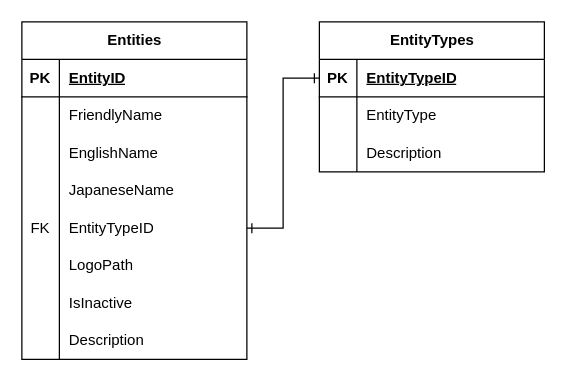
benstanfish/Diagrams keeps this draw.io diagram as Manufacturer_Database.drawio. Above is the earlier version. Source tidied: cells renumbered, new cells numbered last; positions are measured from the earlier drawing's top-left corner, leaving out a move shared by most shapes. Both pictures are drawn from the tidied source at 125%, with x=0, y=0 at pixel (21, 21).
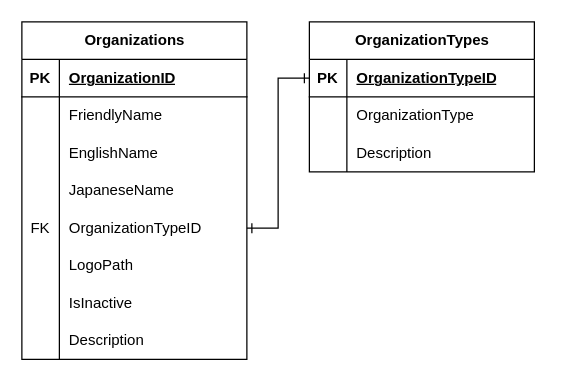
The same page after the edit.

Unchanged cells that the change refers to:
```xml
<mxCell id="3" style="shape=tableRow;horizontal=0;startSize=0;swimlaneHead=0;swimlaneBody=0;fillColor=none;top=0;left=0;right=0;bottom=1;" parent="2" vertex="1">
  <mxGeometry y="30" width="180" height="30" as="geometry" />
</mxCell>
<mxCell id="15" style="shape=tableRow;horizontal=0;startSize=0;swimlaneHead=0;swimlaneBody=0;fillColor=none;points=[[0,0.5],[1,0.5]];portConstraint=eastwest;top=0;left=0;right=0;bottom=0;" parent="2" vertex="1">
  <mxGeometry y="150" width="180" height="30" as="geometry" />
</mxCell>
<mxCell id="28" style="shape=tableRow;horizontal=0;startSize=0;swimlaneHead=0;swimlaneBody=0;fillColor=none;points=[[0,0.5],[1,0.5]];portConstraint=eastwest;top=0;left=0;right=0;bottom=1;strokeColor=default;align=center;verticalAlign=middle;fontFamily=Helvetica;fontSize=12;fontColor=default;fontStyle=1;" parent="27" vertex="1">
  <mxGeometry y="30" width="180" height="30" as="geometry" />
</mxCell>
<mxCell id="31" style="shape=tableRow;horizontal=0;startSize=0;swimlaneHead=0;swimlaneBody=0;fillColor=none;top=0;left=0;right=0;bottom=0;strokeColor=default;align=center;verticalAlign=middle;fontFamily=Helvetica;fontSize=12;fontColor=default;fontStyle=1;" parent="27" vertex="1">
  <mxGeometry y="60" width="180" height="30" as="geometry" />
</mxCell>
```

What changed in the source:
```diff
@@
-    <mxCell id="2" value="Entities" style="shape=table;startSize=30;childLayout=tableLayout;rowLines=0;fontStyle=1;align=center;html=1;rounded=0;swimlaneLine=1;shadow=0;" parent="1" vertex="1">
+    <mxCell id="2" value="Organizations" style="shape=table;startSize=30;childLayout=tableLayout;rowLines=0;fontStyle=1;align=center;html=1;rounded=0;swimlaneLine=1;shadow=0;" parent="1" vertex="1">
       <mxGeometry width="180" height="270" as="geometry" />
     </mxCell>
@@
-    <mxCell id="5" value="EntityID" style="shape=partialRectangle;fillColor=none;top=0;left=0;bottom=0;right=0;align=left;spacingLeft=6;fontStyle=5;overflow=hidden;whiteSpace=wrap;html=1;" parent="3" vertex="1">
+    <mxCell id="5" value="OrganizationID" style="shape=partialRectangle;fillColor=none;top=0;left=0;bottom=0;right=0;align=left;spacingLeft=6;fontStyle=5;overflow=hidden;whiteSpace=wrap;html=1;" parent="3" vertex="1">
       <mxGeometry x="30" width="150" height="30" as="geometry" />
     </mxCell>
@@
-    <mxCell id="17" value="EntityTypeID" style="shape=partialRectangle;fillColor=none;top=0;left=0;bottom=0;right=0;align=left;spacingLeft=6;overflow=hidden;whiteSpace=wrap;html=1;" parent="15" vertex="1">
+    <mxCell id="17" value="OrganizationTypeID" style="shape=partialRectangle;fillColor=none;top=0;left=0;bottom=0;right=0;align=left;spacingLeft=6;overflow=hidden;whiteSpace=wrap;html=1;" parent="15" vertex="1">
       <mxGeometry x="30" width="150" height="30" as="geometry" />
     </mxCell>
@@
-    <mxCell id="27" value="EntityTypes" style="shape=table;startSize=30;childLayout=tableLayout;rowLines=0;fontStyle=1;align=center;html=1;strokeColor=default;verticalAlign=middle;fontFamily=Helvetica;fontSize=12;fontColor=default;fillColor=default;" parent="1" vertex="1">
-      <mxGeometry x="238" width="180" height="120" as="geometry" />
+    <mxCell id="27" value="OrganizationTypes" style="shape=table;startSize=30;childLayout=tableLayout;rowLines=0;fontStyle=1;align=center;html=1;strokeColor=default;verticalAlign=middle;fontFamily=Helvetica;fontSize=12;fontColor=default;fillColor=default;" parent="1" vertex="1">
+      <mxGeometry x="230" width="180" height="120" as="geometry" />
     </mxCell>
@@
-    <mxCell id="30" value="EntityTypeID" style="shape=partialRectangle;fillColor=none;top=0;left=0;bottom=0;right=0;align=left;spacingLeft=6;fontStyle=5;overflow=hidden;whiteSpace=wrap;html=1;strokeColor=default;verticalAlign=middle;fontFamily=Helvetica;fontSize=12;fontColor=default;" parent="28" vertex="1">
+    <mxCell id="30" value="OrganizationTypeID" style="shape=partialRectangle;fillColor=none;top=0;left=0;bottom=0;right=0;align=left;spacingLeft=6;fontStyle=5;overflow=hidden;whiteSpace=wrap;html=1;strokeColor=default;verticalAlign=middle;fontFamily=Helvetica;fontSize=12;fontColor=default;" parent="28" vertex="1">
       <mxGeometry x="30" width="150" height="30" as="geometry" />
     </mxCell>
@@
-    <mxCell id="33" value="EntityType" style="shape=partialRectangle;fillColor=none;top=0;left=0;bottom=0;right=0;align=left;spacingLeft=6;overflow=hidden;whiteSpace=wrap;html=1;strokeColor=default;verticalAlign=middle;fontFamily=Helvetica;fontSize=12;fontColor=default;fontStyle=0;" parent="31" vertex="1">
+    <mxCell id="33" value="OrganizationType" style="shape=partialRectangle;fillColor=none;top=0;left=0;bottom=0;right=0;align=left;spacingLeft=6;overflow=hidden;whiteSpace=wrap;html=1;strokeColor=default;verticalAlign=middle;fontFamily=Helvetica;fontSize=12;fontColor=default;fontStyle=0;" parent="31" vertex="1">
       <mxGeometry x="30" width="150" height="30" as="geometry" />
     </mxCell>
```
